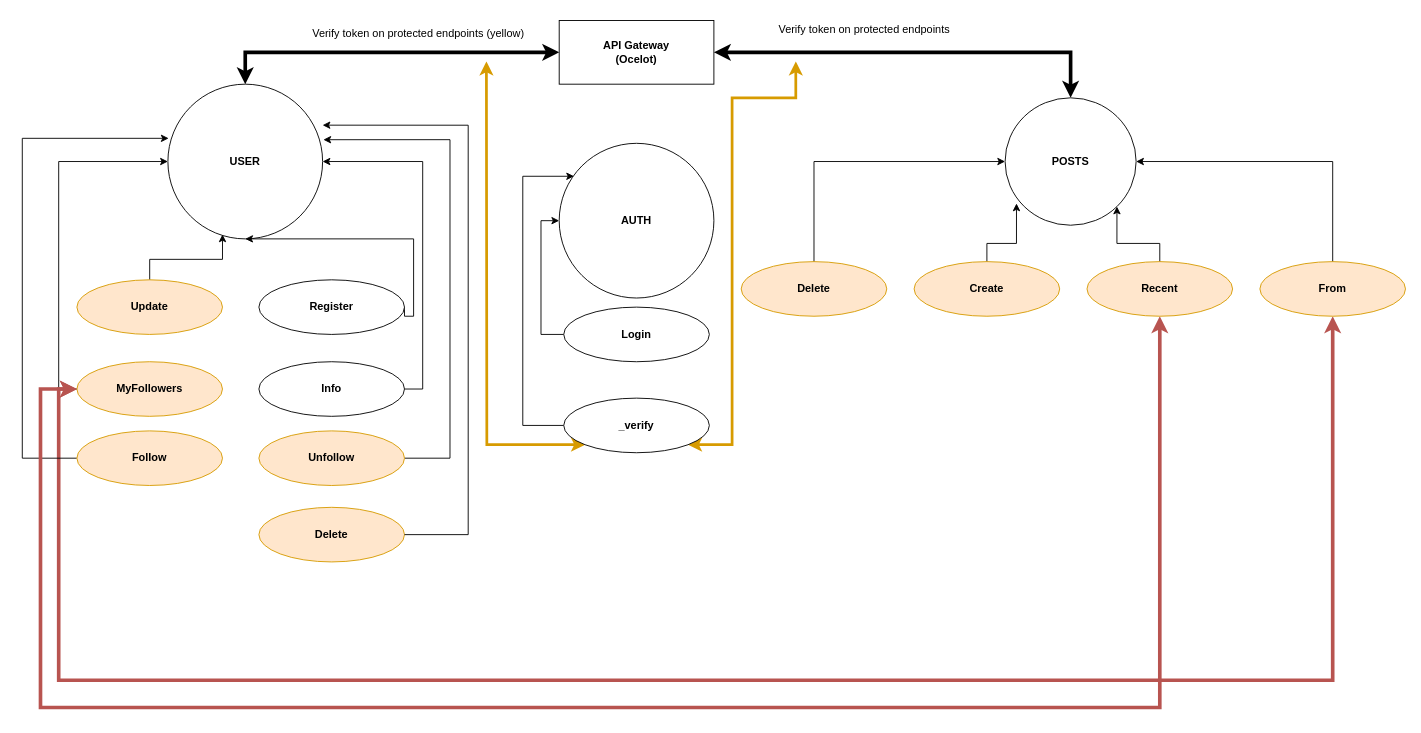
Before: .design/Updated architecture.drawio in PBSW/SYS-Compulsory-Assignment, a draw.io diagram. Source tidied: cells renumbered, new cells numbered last; positions are measured from the earlier drawing's top-left corner, leaving out a move shared by most shapes. Both pictures are drawn from the tidied source at 91%, with x=0, y=0 at pixel (22, 15).
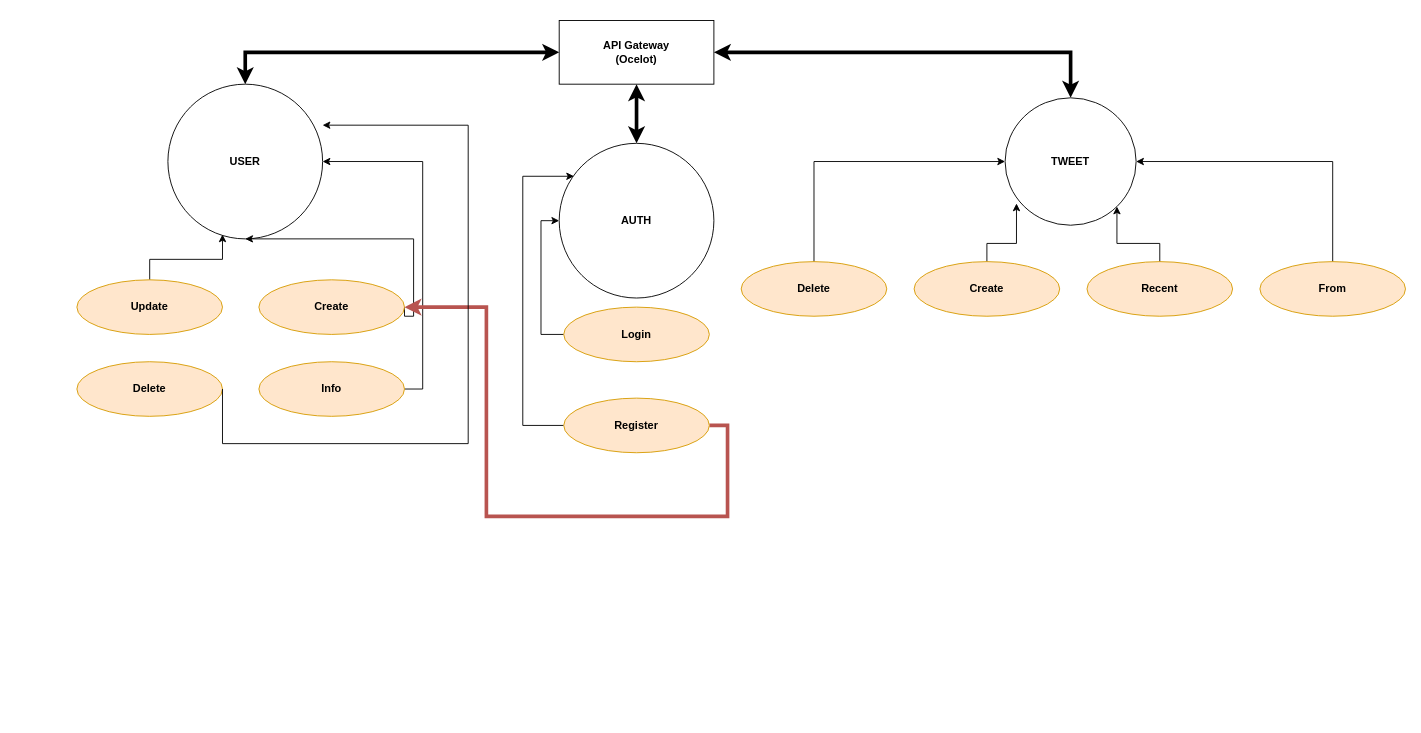
Above is the later version.

Commit message (it also covers changes not shown here):
update architecture illustration

Unchanged cells that the change refers to:
```xml
<mxCell id="2" value="API Gateway&lt;br&gt;(Ocelot)" style="rounded=0;whiteSpace=wrap;html=1;fontStyle=1;" parent="1" vertex="1">
  <mxGeometry x="590" y="5" width="170" height="70" as="geometry" />
</mxCell>
<mxCell id="4" value="&lt;b&gt;USER&lt;/b&gt;" style="ellipse;whiteSpace=wrap;html=1;" parent="1" vertex="1">
  <mxGeometry x="160" y="75" width="170" height="170" as="geometry" />
</mxCell>
<mxCell id="26" value="&lt;b&gt;Recent&lt;br&gt;&lt;/b&gt;" style="ellipse;whiteSpace=wrap;html=1;fillColor=#ffe6cc;strokeColor=#d79b00;" parent="1" vertex="1">
  <mxGeometry x="1170" y="270" width="160" height="60" as="geometry" />
</mxCell>
<mxCell id="28" value="&lt;b&gt;From&lt;br&gt;&lt;/b&gt;" style="ellipse;whiteSpace=wrap;html=1;fillColor=#ffe6cc;strokeColor=#d79b00;" parent="1" vertex="1">
  <mxGeometry x="1360" y="270" width="160" height="60" as="geometry" />
</mxCell>
<mxCell id="33" value="&lt;b&gt;AUTH&lt;/b&gt;" style="ellipse;whiteSpace=wrap;html=1;" parent="1" vertex="1">
  <mxGeometry x="590" y="140" width="170" height="170" as="geometry" />
</mxCell>
```

The edit, as a diff of the source:
```diff
@@
-    <mxCell id="6" value="&lt;b&gt;POSTS&lt;/b&gt;" style="ellipse;whiteSpace=wrap;html=1;" parent="1" vertex="1">
+    <mxCell id="6" value="&lt;b&gt;TWEET&lt;/b&gt;" style="ellipse;whiteSpace=wrap;html=1;" parent="1" vertex="1">
       <mxGeometry x="1080" y="90" width="144" height="140" as="geometry" />
     </mxCell>
@@
-    <mxCell id="12" value="&lt;b&gt;Register&lt;br&gt;&lt;/b&gt;" style="ellipse;whiteSpace=wrap;html=1;" parent="1" vertex="1">
+    <mxCell id="12" value="&lt;b&gt;Create&lt;br&gt;&lt;/b&gt;" style="ellipse;whiteSpace=wrap;html=1;fillColor=#ffe6cc;strokeColor=#d79b00;" parent="1" vertex="1">
       <mxGeometry x="260" y="290" width="160" height="60" as="geometry" />
     </mxCell>
@@
-    <mxCell id="16" value="&lt;b&gt;Info&lt;br&gt;&lt;/b&gt;" style="ellipse;whiteSpace=wrap;html=1;" parent="1" vertex="1">
+    <mxCell id="16" value="&lt;b&gt;Info&lt;br&gt;&lt;/b&gt;" style="ellipse;whiteSpace=wrap;html=1;fillColor=#ffe6cc;strokeColor=#d79b00;" parent="1" vertex="1">
       <mxGeometry x="260" y="380" width="160" height="60" as="geometry" />
     </mxCell>
-    <mxCell id="17" style="edgeStyle=orthogonalEdgeStyle;rounded=0;jettySize=auto;html=1;exitX=0;exitY=0.5;exitDx=0;exitDy=0;entryX=0;entryY=0.5;entryDx=0;entryDy=0;" parent="1" edge="1" source="19" target="4">
-      <mxGeometry relative="1" as="geometry" />
-    </mxCell>
-    <mxCell id="18" style="edgeStyle=orthogonalEdgeStyle;rounded=0;jettySize=auto;html=1;exitX=0;exitY=0.5;exitDx=0;exitDy=0;entryX=0.5;entryY=1;entryDx=0;entryDy=0;fillColor=#f8cecc;strokeColor=#b85450;strokeWidth=4;startArrow=classic;startFill=1;" parent="1" edge="1" source="19" target="28">
-      <mxGeometry relative="1" as="geometry">
-        <Array as="points">
-          <mxPoint x="40" y="410" />
-          <mxPoint x="40" y="730" />
-          <mxPoint x="1440" y="730" />
-        </Array>
-      </mxGeometry>
-    </mxCell>
-    <mxCell id="19" value="&lt;b&gt;MyFollowers&lt;br&gt;&lt;/b&gt;" style="ellipse;whiteSpace=wrap;html=1;fillColor=#ffe6cc;strokeColor=#d79b00;" parent="1" vertex="1">
-      <mxGeometry x="60" y="380" width="160" height="60" as="geometry" />
-    </mxCell>
-    <mxCell id="20" style="edgeStyle=orthogonalEdgeStyle;rounded=0;jettySize=auto;html=1;exitX=0;exitY=0.5;exitDx=0;exitDy=0;entryX=0.005;entryY=0.35;entryDx=0;entryDy=0;entryPerimeter=0;" parent="1" edge="1" source="21" target="4">
-      <mxGeometry relative="1" as="geometry">
-        <Array as="points">
-          <mxPoint y="486" />
-          <mxPoint y="135" />
-        </Array>
-      </mxGeometry>
-    </mxCell>
-    <mxCell id="21" value="&lt;b&gt;Follow&lt;br&gt;&lt;/b&gt;" style="ellipse;whiteSpace=wrap;html=1;fillColor=#ffe6cc;strokeColor=#d79b00;" parent="1" vertex="1">
-      <mxGeometry x="60" y="456" width="160" height="60" as="geometry" />
-    </mxCell>
-    <mxCell id="22" style="edgeStyle=orthogonalEdgeStyle;rounded=0;jettySize=auto;html=1;exitX=1;exitY=0.5;exitDx=0;exitDy=0;entryX=1.005;entryY=0.359;entryDx=0;entryDy=0;entryPerimeter=0;" parent="1" edge="1" source="23" target="4">
-      <mxGeometry relative="1" as="geometry">
-        <Array as="points">
-          <mxPoint x="470" y="486" />
-          <mxPoint x="470" y="136" />
-        </Array>
-      </mxGeometry>
-    </mxCell>
-    <mxCell id="23" value="&lt;b&gt;Unfollow&lt;br&gt;&lt;/b&gt;" style="ellipse;whiteSpace=wrap;html=1;fillColor=#ffe6cc;strokeColor=#d79b00;" parent="1" vertex="1">
-      <mxGeometry x="260" y="456" width="160" height="60" as="geometry" />
-    </mxCell>
@@
-    <mxCell id="25" style="edgeStyle=orthogonalEdgeStyle;rounded=0;jettySize=auto;html=1;exitX=0.5;exitY=1;exitDx=0;exitDy=0;entryX=0;entryY=0.5;entryDx=0;entryDy=0;startArrow=classic;startFill=1;strokeWidth=4;fillColor=#f8cecc;strokeColor=#b85450;" parent="1" edge="1" source="26" target="19">
-      <mxGeometry relative="1" as="geometry">
-        <Array as="points">
-          <mxPoint x="1250" y="760" />
-          <mxPoint x="20" y="760" />
-          <mxPoint x="20" y="410" />
-        </Array>
-      </mxGeometry>
-    </mxCell>
@@
-    <mxCell id="30" style="edgeStyle=orthogonalEdgeStyle;rounded=0;jettySize=auto;html=1;exitX=0;exitY=1;exitDx=0;exitDy=0;startArrow=classic;startFill=1;strokeWidth=3;fillColor=#ffe6cc;strokeColor=#d79b00;" parent="1" edge="1" source="32">
-      <mxGeometry relative="1" as="geometry">
-        <mxPoint x="510" y="50" as="targetPoint" />
-      </mxGeometry>
-    </mxCell>
-    <mxCell id="31" style="edgeStyle=orthogonalEdgeStyle;rounded=0;jettySize=auto;html=1;exitX=1;exitY=1;exitDx=0;exitDy=0;strokeWidth=3;startArrow=classic;startFill=1;fillColor=#ffe6cc;strokeColor=#d79b00;" parent="1" edge="1" source="32">
-      <mxGeometry relative="1" as="geometry">
-        <mxPoint x="850" y="50" as="targetPoint" />
-        <Array as="points">
-          <mxPoint x="780" y="471" />
-          <mxPoint x="780" y="90" />
-          <mxPoint x="850" y="90" />
-        </Array>
-      </mxGeometry>
-    </mxCell>
+    <mxCell id="40" style="edgeStyle=orthogonalEdgeStyle;rounded=0;jettySize=auto;html=1;exitX=1;exitY=0.5;exitDx=0;exitDy=0;entryX=1;entryY=0.5;entryDx=0;entryDy=0;fillColor=#f8cecc;strokeColor=#b85450;strokeWidth=4;" parent="1" edge="1" source="32" target="12">
+      <mxGeometry relative="1" as="geometry">
+        <Array as="points">
+          <mxPoint x="775" y="450" />
+          <mxPoint x="775" y="550" />
+          <mxPoint x="510" y="550" />
+          <mxPoint x="510" y="320" />
+        </Array>
+      </mxGeometry>
+    </mxCell>
-    <mxCell id="32" value="&lt;b&gt;_verify&lt;br&gt;&lt;/b&gt;" style="ellipse;whiteSpace=wrap;html=1;" parent="1" vertex="1">
+    <mxCell id="32" value="&lt;b&gt;Register&lt;br&gt;&lt;/b&gt;" style="ellipse;whiteSpace=wrap;html=1;fillColor=#ffe6cc;strokeColor=#d79b00;" parent="1" vertex="1">
       <mxGeometry x="595" y="420" width="160" height="60" as="geometry" />
     </mxCell>
@@
-    <mxCell id="35" value="&lt;b&gt;Login&lt;/b&gt;" style="ellipse;whiteSpace=wrap;html=1;" parent="1" vertex="1">
+    <mxCell id="35" value="&lt;b&gt;Login&lt;/b&gt;" style="ellipse;whiteSpace=wrap;html=1;fillColor=#ffe6cc;strokeColor=#d79b00;" parent="1" vertex="1">
       <mxGeometry x="595" y="320" width="160" height="60" as="geometry" />
     </mxCell>
     <mxCell id="36" value="&lt;b&gt;Delete&lt;br&gt;&lt;/b&gt;" style="ellipse;whiteSpace=wrap;html=1;fillColor=#ffe6cc;strokeColor=#d79b00;" parent="1" vertex="1">
-      <mxGeometry x="260" y="540" width="160" height="60" as="geometry" />
+      <mxGeometry x="60" y="380" width="160" height="60" as="geometry" />
     </mxCell>
     <mxCell id="37" style="edgeStyle=orthogonalEdgeStyle;rounded=0;jettySize=auto;html=1;exitX=1;exitY=0.5;exitDx=0;exitDy=0;entryX=1;entryY=0.265;entryDx=0;entryDy=0;entryPerimeter=0;" parent="1" edge="1" source="36" target="4">
       <mxGeometry relative="1" as="geometry">
         <Array as="points">
-          <mxPoint x="490" y="570" />
+          <mxPoint x="220" y="470" />
+          <mxPoint x="490" y="470" />
           <mxPoint x="490" y="120" />
         </Array>
       </mxGeometry>
     </mxCell>
-    <mxCell id="38" value="Verify token on protected endpoints" style="text;html=1;align=center;verticalAlign=middle;strokeColor=none;fillColor=none;" parent="1" vertex="1">
-      <mxGeometry x="820" width="210" height="30" as="geometry" />
-    </mxCell>
-    <mxCell id="39" value="Verify token on protected endpoints (yellow)" style="text;html=1;align=center;verticalAlign=middle;strokeColor=none;fillColor=none;" parent="1" vertex="1">
-      <mxGeometry x="305" y="5" width="260" height="30" as="geometry" />
-    </mxCell>
+    <mxCell id="41" style="edgeStyle=orthogonalEdgeStyle;rounded=0;jettySize=auto;html=1;exitX=0.5;exitY=0;exitDx=0;exitDy=0;entryX=0.5;entryY=1;entryDx=0;entryDy=0;startArrow=classic;startFill=1;strokeWidth=4;" parent="1" edge="1" source="33" target="2">
+      <mxGeometry relative="1" as="geometry" />
+    </mxCell>
```
